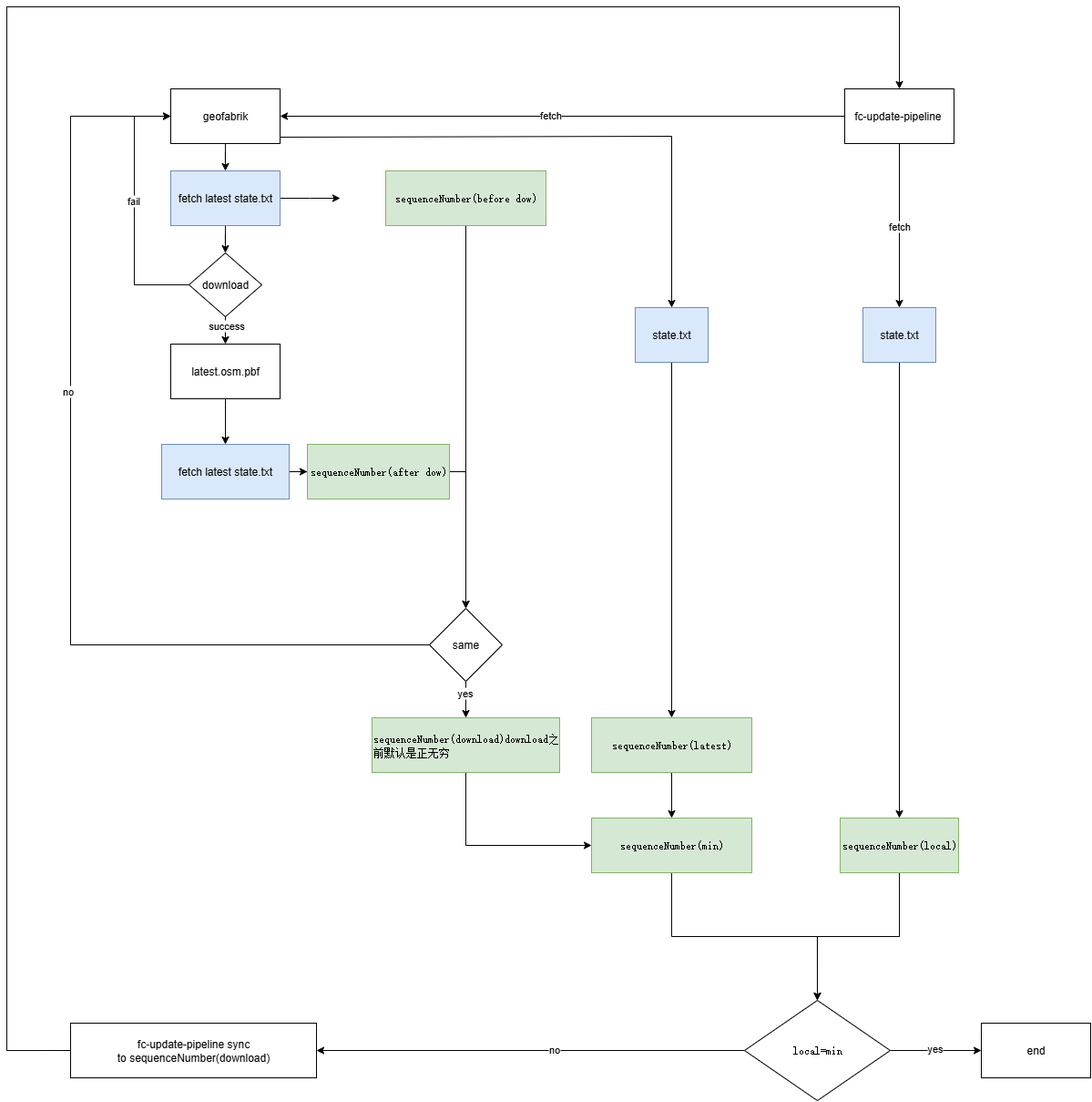
Before: fc update.drawio.png, a diagram exported from draw.io (472542625/drawio). Source tidied: cells renumbered, new cells last; positions are measured from the earlier drawing's top-left corner, leaving out a move shared by most shapes.
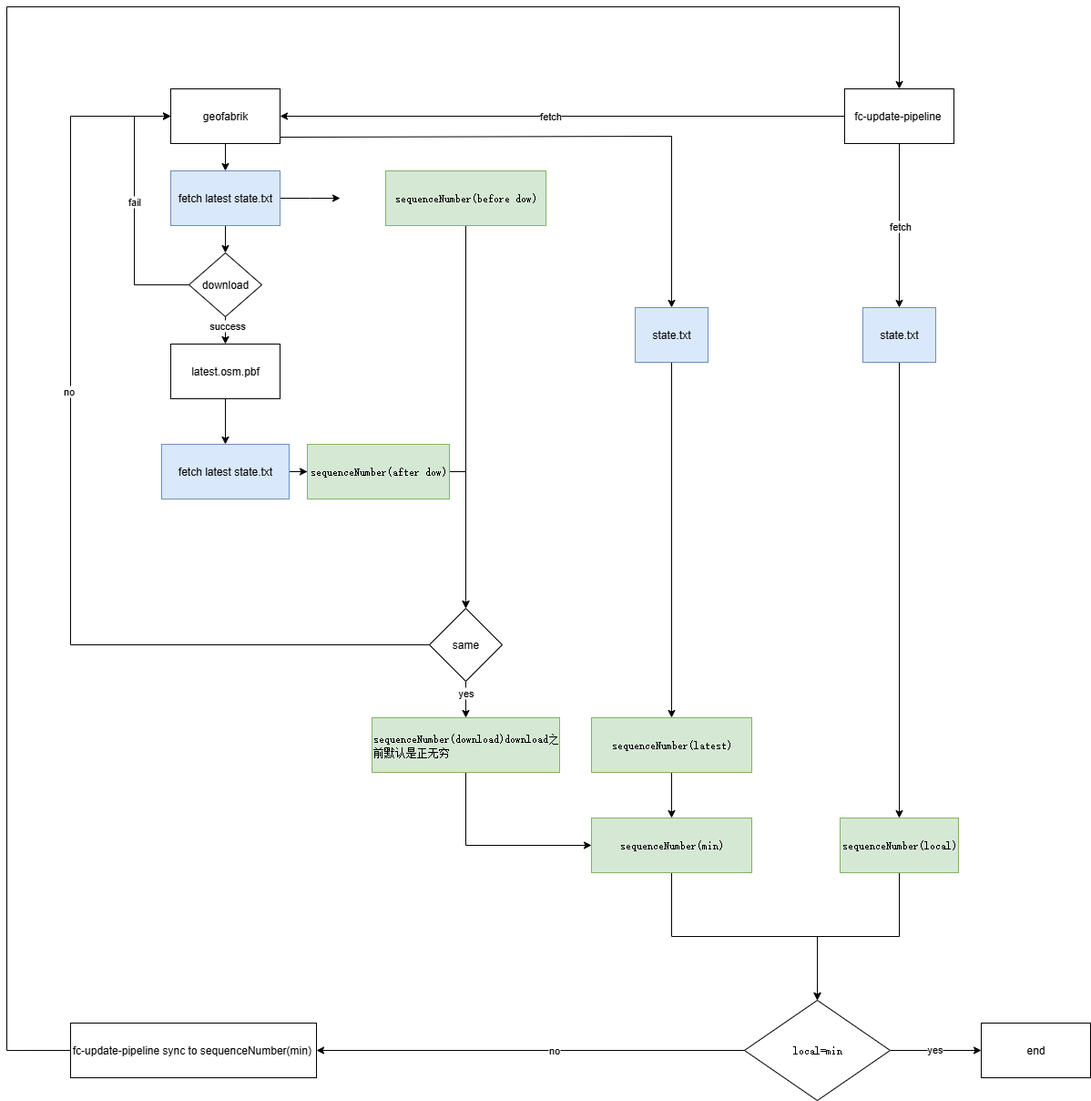
After the change.

Change to the diagram source:
```diff
@@ -99,7 +99,7 @@
         </Array>
       </mxGeometry>
     </mxCell>
-    <mxCell id="28" value="fc-update-pipeline sync to&amp;nbsp;&lt;span style=&quot;text-align: start; background-color: transparent; color: light-dark(rgb(0, 0, 0), rgb(255, 255, 255));&quot;&gt;sequenceNumber(download)&lt;/span&gt;" style="rounded=0;whiteSpace=wrap;html=1;" parent="1" vertex="1">
+    <mxCell id="28" value="fc-update-pipeline sync to&amp;nbsp;&lt;span style=&quot;text-align: start; background-color: transparent; color: light-dark(rgb(0, 0, 0), rgb(255, 255, 255));&quot;&gt;sequenceNumber(min)&lt;/span&gt;&lt;span style=&quot;background-color: transparent; color: light-dark(rgb(0, 0, 0), rgb(255, 255, 255)); text-align: start;&quot;&gt;&amp;nbsp;&lt;/span&gt;" style="rounded=0;whiteSpace=wrap;html=1;" parent="1" vertex="1">
       <mxGeometry x="70" y="1115" width="270" height="60" as="geometry" />
     </mxCell>
     <mxCell id="29" style="edgeStyle=orthogonalEdgeStyle;rounded=0;jettySize=auto;html=1;" parent="1" edge="1" source="31" target="17">
```
